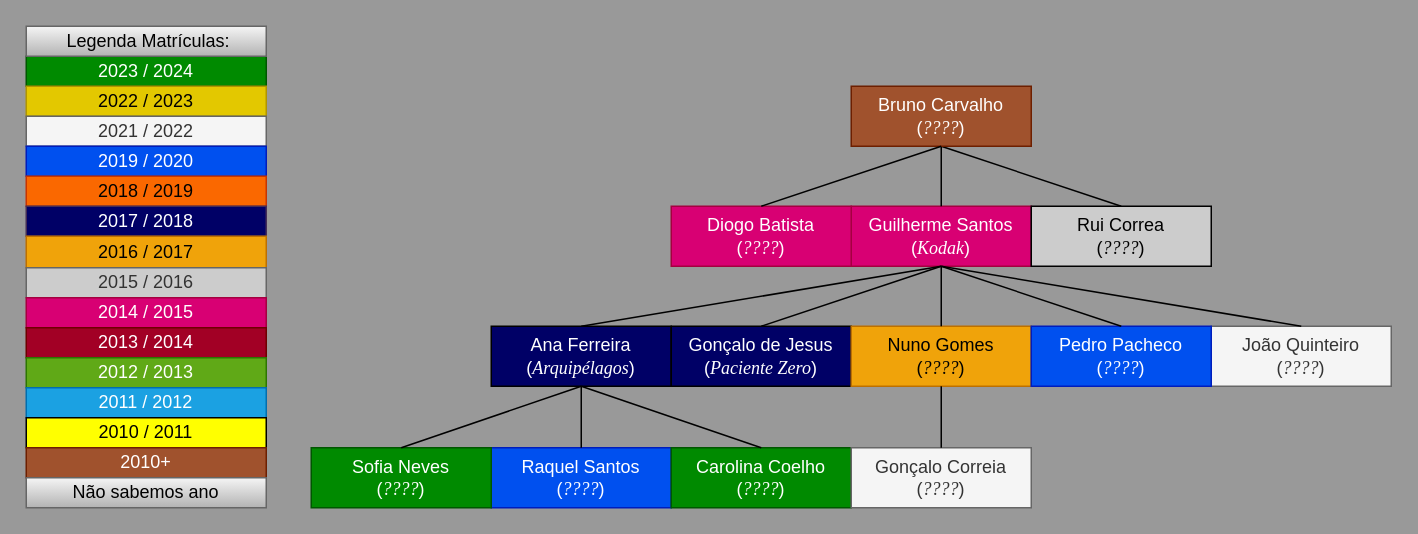
Earlier version of the draw.io diagram Draw.io/Familia_do_Bruno_Carvalho.drawio (pdmtmr/PDMTMRTESTLOCATION-AKA-ARBUSTO). Source tidied: cells renumbered, new cells numbered last; positions are measured from the earlier drawing's top-left corner, leaving out a move shared by most shapes. Both pictures are drawn from the tidied source at 150%, with x=0, y=0 at pixel (26, 26).
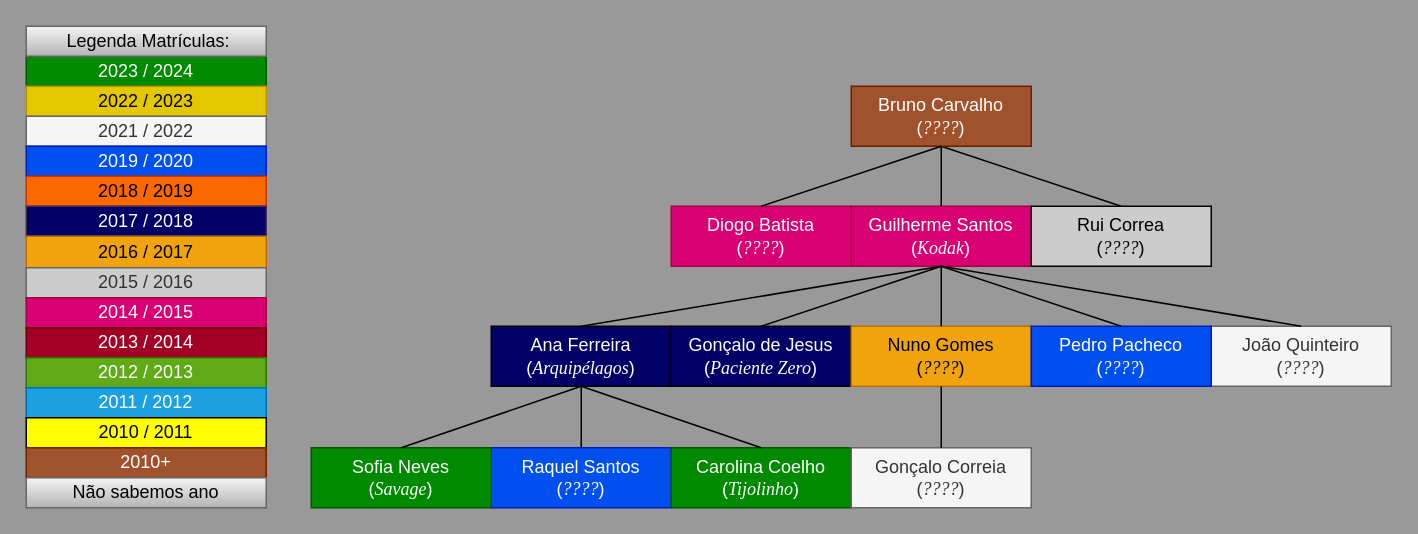
Above is the later version.

Change to the diagram source:
```diff
@@
-    <mxCell id="21" value="&lt;div&gt;&lt;span style=&quot;background-color: initial;&quot;&gt;Carolina Coelho&lt;/span&gt;&lt;/div&gt;&lt;div&gt;&lt;span style=&quot;background-color: initial;&quot;&gt;(&lt;/span&gt;&lt;i style=&quot;background-color: initial;&quot;&gt;&lt;font face=&quot;Times New Roman&quot;&gt;????&lt;/font&gt;&lt;/i&gt;&lt;span style=&quot;background-color: initial;&quot;&gt;)&lt;/span&gt;&lt;/div&gt;" style="rounded=0;whiteSpace=wrap;html=1;fillColor=#008a00;fontColor=#ffffff;strokeColor=#005700;" parent="1" vertex="1">
+    <mxCell id="21" value="&lt;div&gt;&lt;span style=&quot;background-color: initial;&quot;&gt;Carolina Coelho&lt;/span&gt;&lt;/div&gt;&lt;div&gt;&lt;span style=&quot;background-color: initial;&quot;&gt;(&lt;font face=&quot;Times New Roman&quot;&gt;&lt;i&gt;Tijolinho&lt;/i&gt;&lt;/font&gt;&lt;/span&gt;&lt;span style=&quot;background-color: initial;&quot;&gt;)&lt;/span&gt;&lt;/div&gt;" style="rounded=0;whiteSpace=wrap;html=1;fillColor=#008a00;fontColor=#ffffff;strokeColor=#005700;" parent="1" vertex="1">
       <mxGeometry x="430" y="281" width="120" height="40" as="geometry" />
     </mxCell>
@@
-    <mxCell id="41" value="&lt;div&gt;&lt;span style=&quot;background-color: initial;&quot;&gt;Sofia Neves&lt;/span&gt;&lt;/div&gt;&lt;div&gt;&lt;span style=&quot;background-color: initial;&quot;&gt;(&lt;/span&gt;&lt;i style=&quot;background-color: initial;&quot;&gt;&lt;font face=&quot;Times New Roman&quot;&gt;????&lt;/font&gt;&lt;/i&gt;&lt;span style=&quot;background-color: initial;&quot;&gt;)&lt;/span&gt;&lt;/div&gt;" style="rounded=0;whiteSpace=wrap;html=1;fillColor=#008a00;fontColor=#ffffff;strokeColor=#005700;" parent="1" vertex="1">
+    <mxCell id="41" value="&lt;div&gt;&lt;span style=&quot;background-color: initial;&quot;&gt;Sofia Neves&lt;/span&gt;&lt;/div&gt;&lt;div&gt;&lt;span style=&quot;background-color: initial;&quot;&gt;(&lt;font face=&quot;Times New Roman&quot;&gt;&lt;i&gt;Savage&lt;/i&gt;&lt;/font&gt;&lt;/span&gt;&lt;span style=&quot;background-color: initial;&quot;&gt;)&lt;/span&gt;&lt;/div&gt;" style="rounded=0;whiteSpace=wrap;html=1;fillColor=#008a00;fontColor=#ffffff;strokeColor=#005700;" parent="1" vertex="1">
       <mxGeometry x="190" y="281" width="120" height="40" as="geometry" />
     </mxCell>
```
